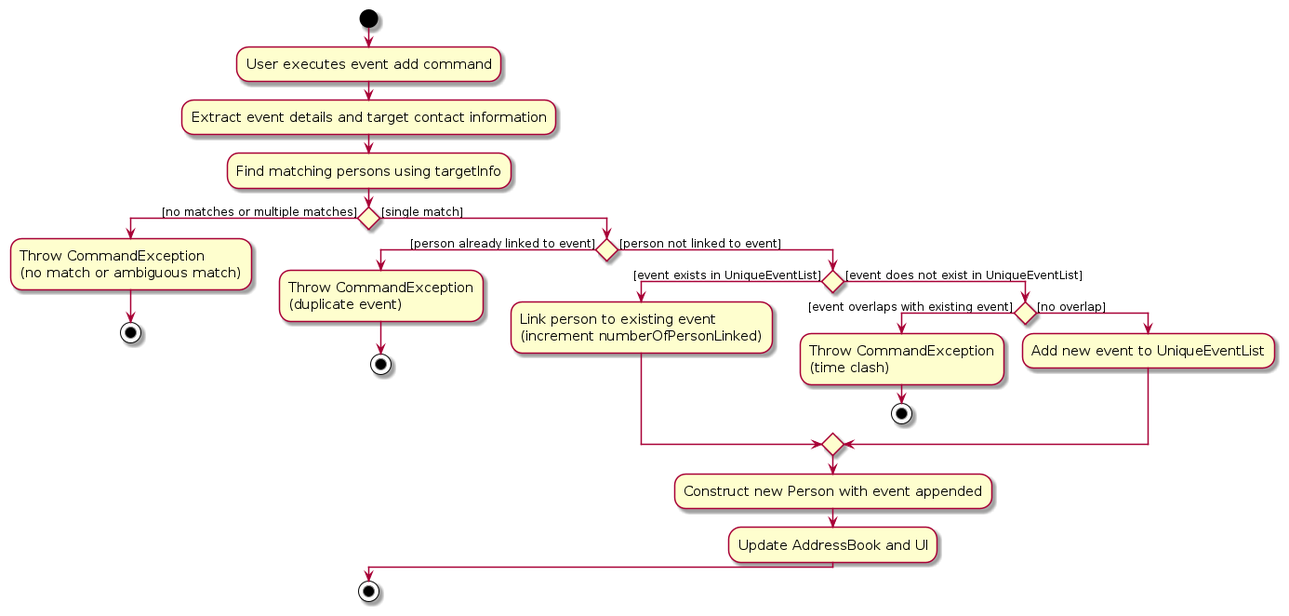
The PlantUML diagram diagrams/AddEventActivityDiagram.png in AY2526S2-CS2103-F08-4/tp, before a commit. Its source is kept beside it as diagrams/AddEventActivityDiagram.puml.
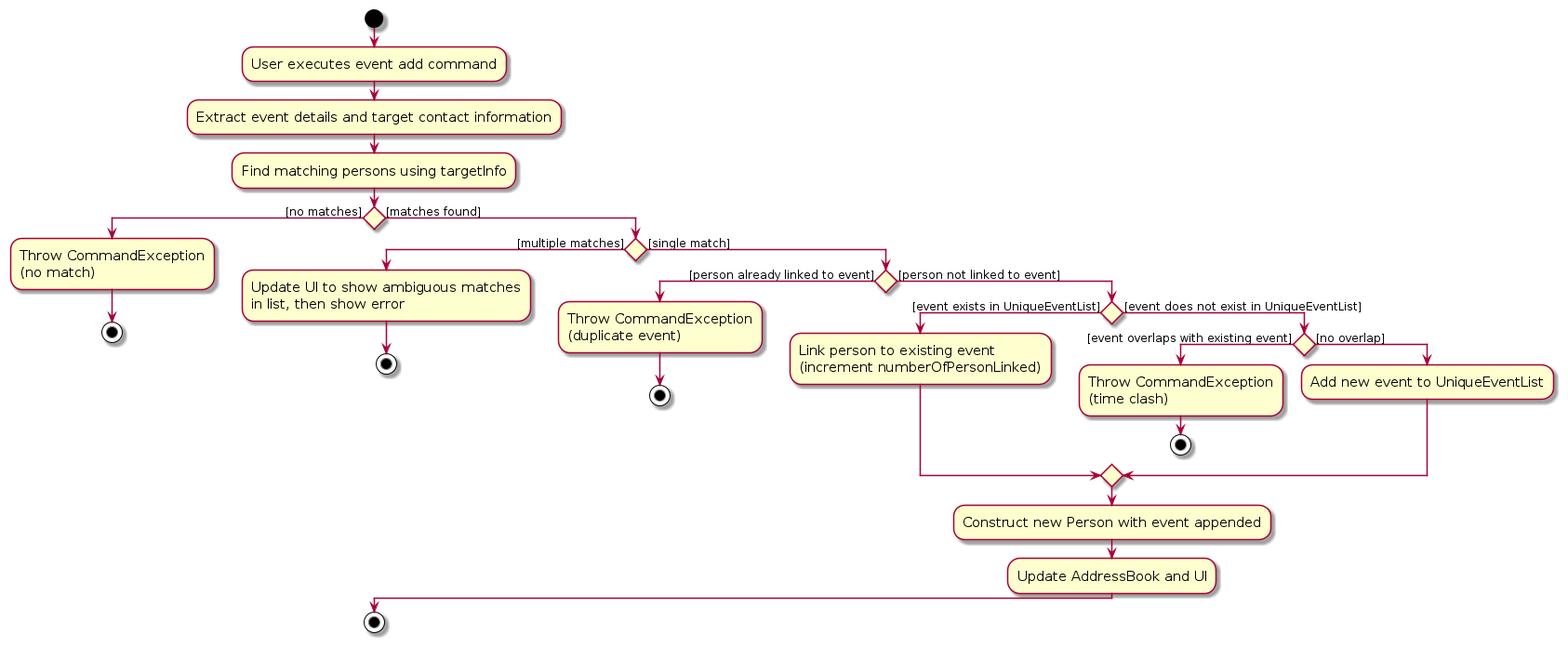
The same diagram one commit later.

What changed in the source:
```diff
@@ -8,10 +8,14 @@
 :Extract event details and target contact information;
 :Find matching persons using targetInfo;
 
-if () then ([no matches or multiple matches])
-  :Throw CommandException\n(no match or ambiguous match);
+if () then ([no matches])
+  :Throw CommandException\n(no match);
   stop
-else ([single match])
+else ([matches found])
+  if () then ([multiple matches])
+    :Update UI to show ambiguous matches\nin list, then show error;
+    stop
+  else ([single match])
   if () then ([person already linked to event])
     :Throw CommandException\n(duplicate event);
     stop
@@ -29,6 +33,7 @@
     :Construct new Person with event appended;
     :Update AddressBook and UI;
   endif
+  endif
 endif
 
 stop
```
